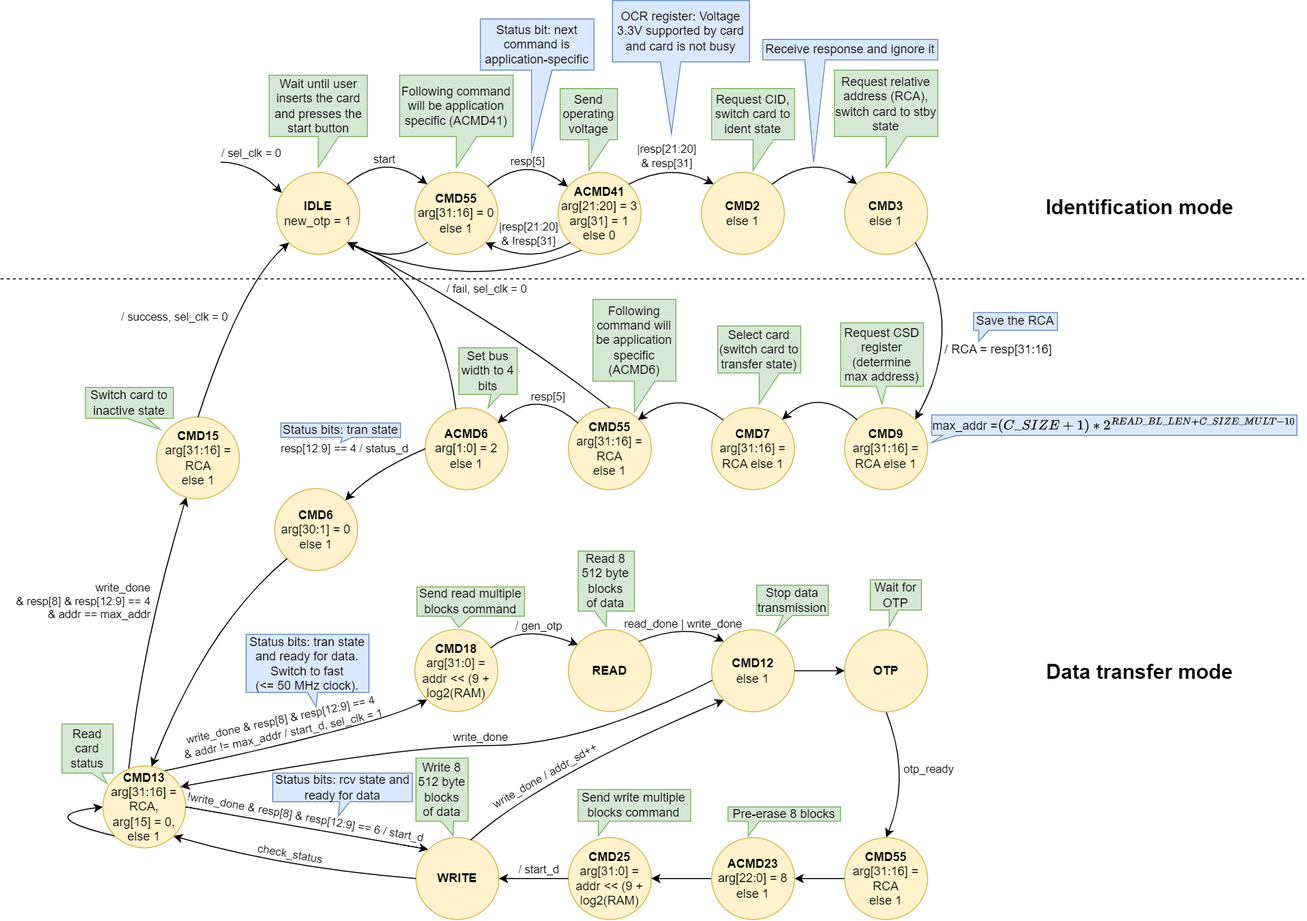
Before: docs/SD/SD_fpga_states.png, a diagram exported from draw.io (sirazenkov/GhostSD). Source tidied: cells renumbered, new cells last; positions are measured from the earlier drawing's top-left corner, leaving out a move shared by most shapes.
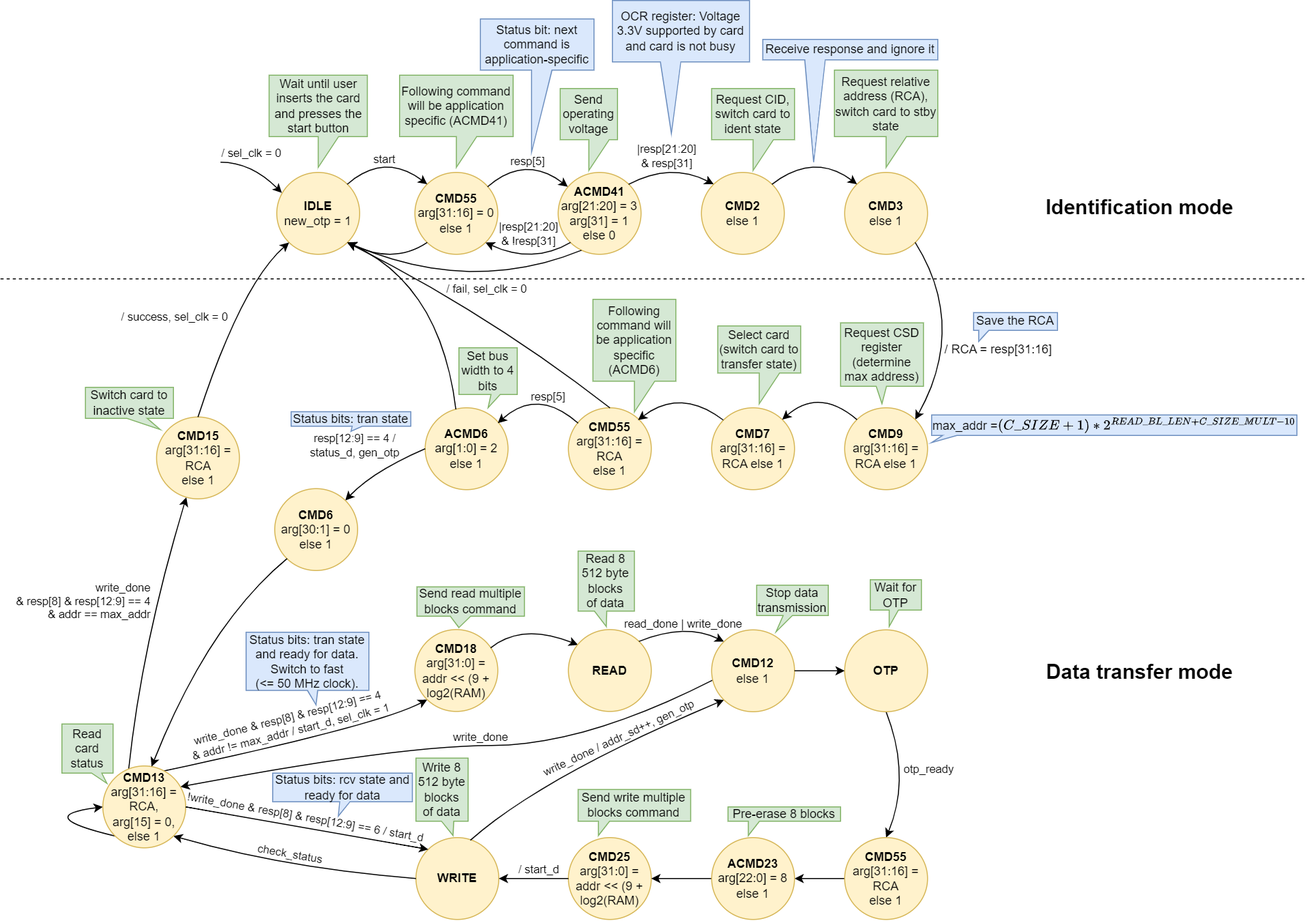
After the commit.

Commit message:
Reduced counter increment buffer and changed OTP start condition

Diff of the diagram source:
```diff
@@ -10,9 +10,9 @@
         </Array>
       </mxGeometry>
     </mxCell>
-    <mxCell id="3" value="write_done &amp;amp; resp[8] &amp;amp; resp[12:9] == 4&lt;br&gt;&amp;amp; addr != max_addr / start_d, sel_clk = 1" style="edgeLabel;html=1;align=center;verticalAlign=middle;labelBackgroundColor=none;rotation=-12;" parent="2" vertex="1">
+    <mxCell id="3" value="write_done &amp;amp; resp[8] &amp;amp; resp[12:9] == 4&lt;br&gt;&amp;amp; addr != max_addr / start_d, sel_clk = 1" style="edgeLabel;html=1;align=center;verticalAlign=middle;labelBackgroundColor=none;rotation=-14;" parent="2" vertex="1">
       <mxGeometry x="-0.01" y="11" relative="1" as="geometry">
-        <mxPoint x="-20" y="-26" as="offset" />
+        <mxPoint x="-13" y="-28" as="offset" />
       </mxGeometry>
     </mxCell>
     <mxCell id="4" value="&lt;b&gt;IDLE&lt;/b&gt;&lt;br&gt;new_otp = 1" style="ellipse;whiteSpace=wrap;html=1;fillColor=#fff2cc;strokeColor=#d6b656;" parent="1" vertex="1">
@@ -148,9 +148,9 @@
         </Array>
       </mxGeometry>
     </mxCell>
-    <mxCell id="29" value="resp[12:9] == 4 / status_d" style="edgeLabel;html=1;align=center;verticalAlign=middle;labelBackgroundColor=none;" parent="28" vertex="1">
+    <mxCell id="29" value="resp[12:9] == 4 /&lt;br&gt;status_d, gen_otp" style="edgeLabel;html=1;align=center;verticalAlign=middle;labelBackgroundColor=none;" parent="28" vertex="1">
       <mxGeometry x="0.23" y="-13" relative="1" as="geometry">
-        <mxPoint x="-52" y="-27" as="offset" />
+        <mxPoint x="-42" y="-30" as="offset" />
       </mxGeometry>
     </mxCell>
     <mxCell id="30" value="&lt;b&gt;CMD25&lt;/b&gt;&lt;br&gt;arg[31:0] = addr &amp;lt;&amp;lt; (9 + log2(RAM)" style="ellipse;whiteSpace=wrap;html=1;fillColor=#fff2cc;strokeColor=#d6b656;" parent="1" vertex="1">
@@ -164,11 +164,6 @@
         </Array>
       </mxGeometry>
     </mxCell>
-    <mxCell id="32" value="/ gen_otp" style="edgeLabel;html=1;align=center;verticalAlign=middle;labelBackgroundColor=none;" parent="31" vertex="1">
-      <mxGeometry x="-0.37" y="-7" relative="1" as="geometry">
-        <mxPoint x="17" y="-8" as="offset" />
-      </mxGeometry>
-    </mxCell>
     <mxCell id="33" style="curved=1;endArrow=classic;html=1;rounded=0;entryX=0.937;entryY=0.255;entryDx=0;entryDy=0;exitX=0.017;exitY=0.612;exitDx=0;exitDy=0;entryPerimeter=0;exitPerimeter=0;" parent="1" edge="1" source="82" target="88">
       <mxGeometry relative="1" as="geometry">
         <Array as="points">
@@ -293,7 +288,7 @@
       <mxGeometry x="951" y="305" width="82" height="28.2" as="geometry" />
     </mxCell>
     <mxCell id="62" value="Status bits: tran state" style="shape=callout;whiteSpace=wrap;html=1;perimeter=calloutPerimeter;fillColor=#dae8fc;strokeColor=#6c8ebf;size=5;position=0.51;position2=0.5;base=10;" parent="1" vertex="1">
-      <mxGeometry x="274" y="412.9" width="117" height="19.1" as="geometry" />
+      <mxGeometry x="284" y="401.9" width="117" height="19.1" as="geometry" />
     </mxCell>
     <mxCell id="63" value="max_addr =\(&lt;br&gt;(C\_SIZE+1)*2^{READ\_BL\_LEN+C\_SIZE\_MULT-10}\)" style="shape=callout;whiteSpace=wrap;html=1;perimeter=calloutPerimeter;fillColor=#dae8fc;strokeColor=#6c8ebf;size=7;position=0.03;position2=0;base=14;" parent="1" vertex="1">
       <mxGeometry x="910" y="405" width="357" height="27" as="geometry" />
@@ -371,9 +366,9 @@
         </Array>
       </mxGeometry>
     </mxCell>
-    <mxCell id="79" value="write_done / addr_sd++" style="edgeLabel;html=1;align=center;verticalAlign=middle;rotation=-30;" parent="78" vertex="1">
+    <mxCell id="79" value="write_done / addr_sd++, gen_otp" style="edgeLabel;html=1;align=center;verticalAlign=middle;rotation=-25;" parent="78" vertex="1">
       <mxGeometry x="0.14" y="-10" relative="1" as="geometry">
-        <mxPoint x="-66" y="17" as="offset" />
+        <mxPoint x="6" y="-20" as="offset" />
       </mxGeometry>
     </mxCell>
     <mxCell id="80" value="Stop data transmission" style="shape=callout;whiteSpace=wrap;html=1;perimeter=calloutPerimeter;fillColor=#d5e8d4;strokeColor=#82b366;size=16;position=0.37;position2=0.27;base=9;" parent="1" vertex="1">
@@ -446,7 +441,7 @@
       <mxGeometry x="850" y="566" width="50" height="45.7" as="geometry" />
     </mxCell>
     <mxCell id="99" value="Status bits: tran state and ready for data.&lt;br&gt;Switch to fast&lt;br style=&quot;border-color: var(--border-color);&quot;&gt;(&amp;lt;= 50 MHz clock)." style="shape=callout;whiteSpace=wrap;html=1;perimeter=calloutPerimeter;fillColor=#dae8fc;strokeColor=#6c8ebf;size=14;position=0.5;position2=0.57;base=10;" parent="1" vertex="1">
-      <mxGeometry x="240" y="619.2" width="120" height="71" as="geometry" />
+      <mxGeometry x="240" y="617.2" width="120" height="71" as="geometry" />
     </mxCell>
     <mxCell id="100" value="&lt;b&gt;CMD6&lt;/b&gt;&lt;br&gt;arg[30:1] = 0&lt;br&gt;else 1" style="ellipse;whiteSpace=wrap;html=1;fillColor=#fff2cc;strokeColor=#d6b656;" parent="1" vertex="1">
       <mxGeometry x="268" y="477" width="81" height="80" as="geometry" />
```
